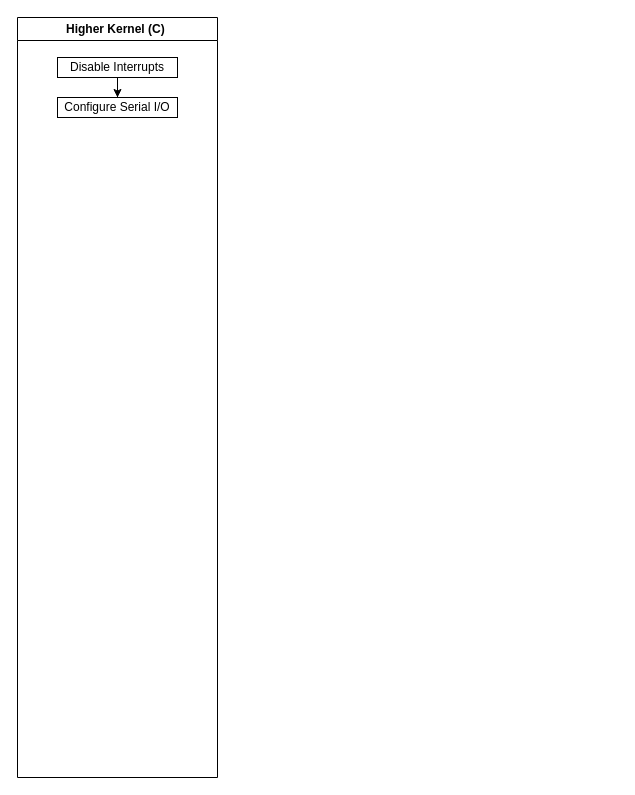
This is page "C Kernel" (2 of 3) of naOS.drawio from noaether/naOS, a draw.io file, before an edit. Source tidied: cells renumbered, new cells numbered last; positions are measured from the earlier drawing's top-left corner, leaving out a move shared by most shapes. Both pictures are drawn from the tidied source at 100%, with x=0, y=0 at pixel (17, 17).
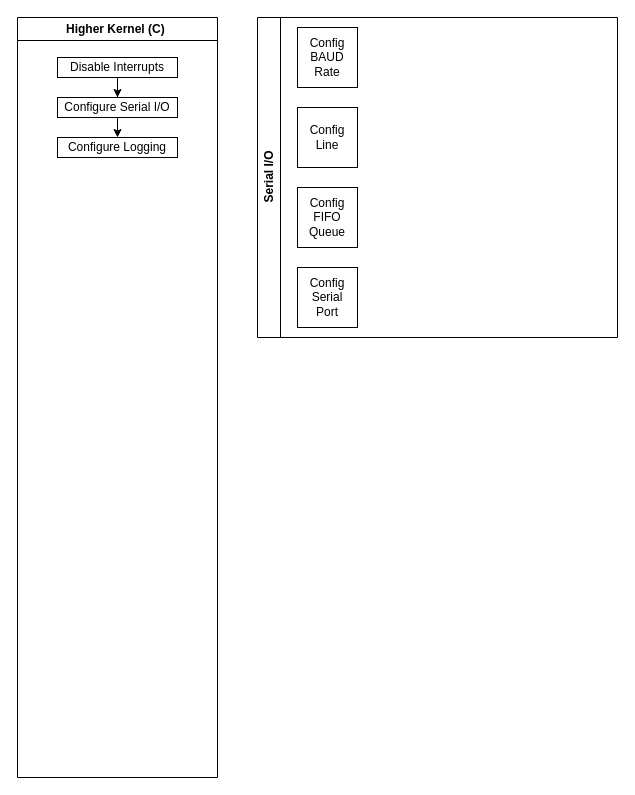
The same page after the edit.

The edit, as a diff of the source:
```diff
@@
 <mxGraphModel>
   <root>
     <mxCell id="0" />
     <mxCell id="1" parent="0" />
     <mxCell id="2" value="Higher Kernel (C)&amp;nbsp;" style="swimlane;whiteSpace=wrap;html=1;" parent="1" vertex="1">
       <mxGeometry width="200" height="760" as="geometry" />
     </mxCell>
     <mxCell id="3" style="edgeStyle=orthogonalEdgeStyle;rounded=0;jettySize=auto;html=1;entryX=0.5;entryY=0;entryDx=0;entryDy=0;" parent="2" edge="1" source="4" target="5">
       <mxGeometry relative="1" as="geometry" />
     </mxCell>
     <mxCell id="4" value="Disable Interrupts" style="rounded=0;whiteSpace=wrap;html=1;" parent="2" vertex="1">
       <mxGeometry x="40" y="40" width="120" height="20" as="geometry" />
     </mxCell>
+    <mxCell id="6" style="edgeStyle=orthogonalEdgeStyle;rounded=0;jettySize=auto;html=1;exitX=0.5;exitY=1;exitDx=0;exitDy=0;entryX=0.5;entryY=0;entryDx=0;entryDy=0;" parent="2" edge="1" source="5" target="7">
+      <mxGeometry relative="1" as="geometry" />
+    </mxCell>
     <mxCell id="5" value="Configure Serial I/O" style="rounded=0;whiteSpace=wrap;html=1;" parent="2" vertex="1">
       <mxGeometry x="40" y="80" width="120" height="20" as="geometry" />
     </mxCell>
+    <mxCell id="7" value="Configure Logging" style="rounded=0;whiteSpace=wrap;html=1;" parent="2" vertex="1">
+      <mxGeometry x="40" y="120" width="120" height="20" as="geometry" />
+    </mxCell>
+    <mxCell id="8" value="Serial I/O" style="swimlane;horizontal=0;whiteSpace=wrap;html=1;" parent="1" vertex="1">
+      <mxGeometry x="240" width="360" height="320" as="geometry" />
+    </mxCell>
+    <mxCell id="9" value="Config BAUD Rate" style="rounded=0;whiteSpace=wrap;html=1;" parent="8" vertex="1">
+      <mxGeometry x="40" y="10" width="60" height="60" as="geometry" />
+    </mxCell>
+    <mxCell id="10" value="Config&lt;br&gt;Line" style="rounded=0;whiteSpace=wrap;html=1;" parent="8" vertex="1">
+      <mxGeometry x="40" y="90" width="60" height="60" as="geometry" />
+    </mxCell>
+    <mxCell id="11" value="Config&lt;br&gt;FIFO&lt;br&gt;Queue" style="rounded=0;whiteSpace=wrap;html=1;" parent="8" vertex="1">
+      <mxGeometry x="40" y="170" width="60" height="60" as="geometry" />
+    </mxCell>
+    <mxCell id="12" value="Config&lt;br&gt;Serial&lt;br&gt;Port" style="rounded=0;whiteSpace=wrap;html=1;" parent="8" vertex="1">
+      <mxGeometry x="40" y="250" width="60" height="60" as="geometry" />
+    </mxCell>
   </root>
 </mxGraphModel>
```
